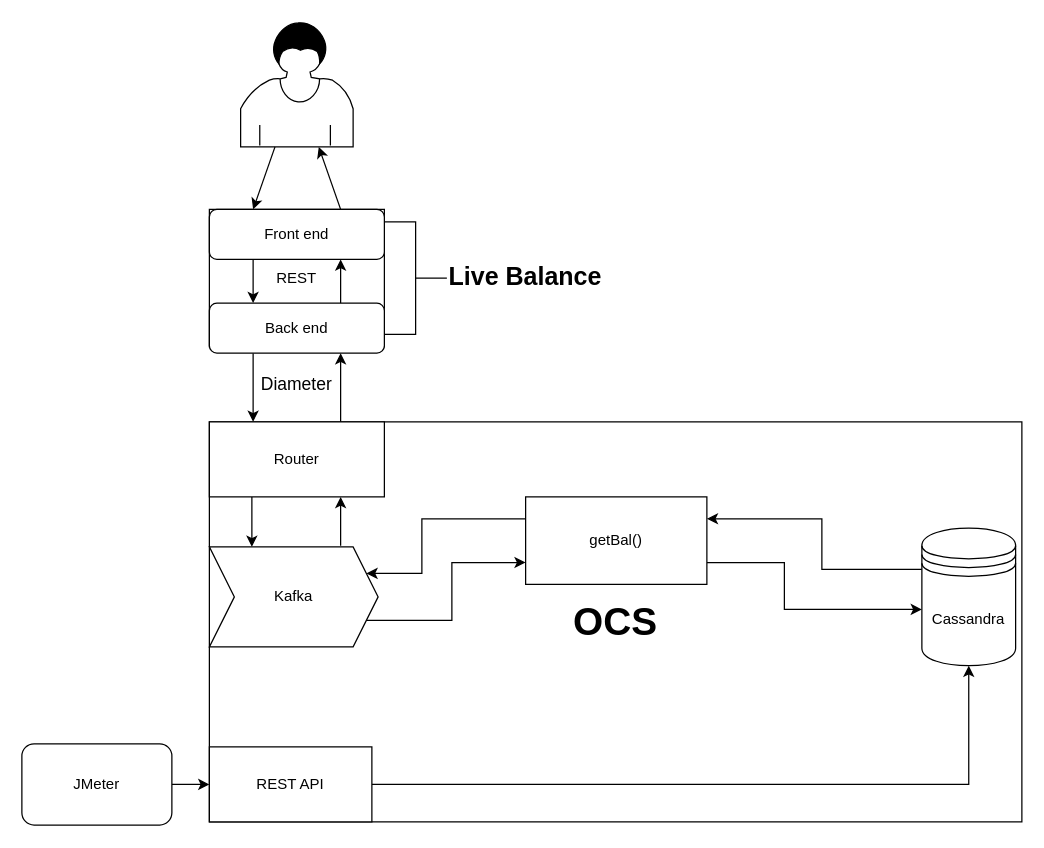
Earlier version of the draw.io diagram Diagram.drawio (nceduc/DiameterProject). Source tidied: cells renumbered, new cells numbered last; positions are measured from the earlier drawing's top-left corner, leaving out a move shared by most shapes. Both pictures are drawn from the tidied source at 125%, with x=0, y=0 at pixel (21, 21).
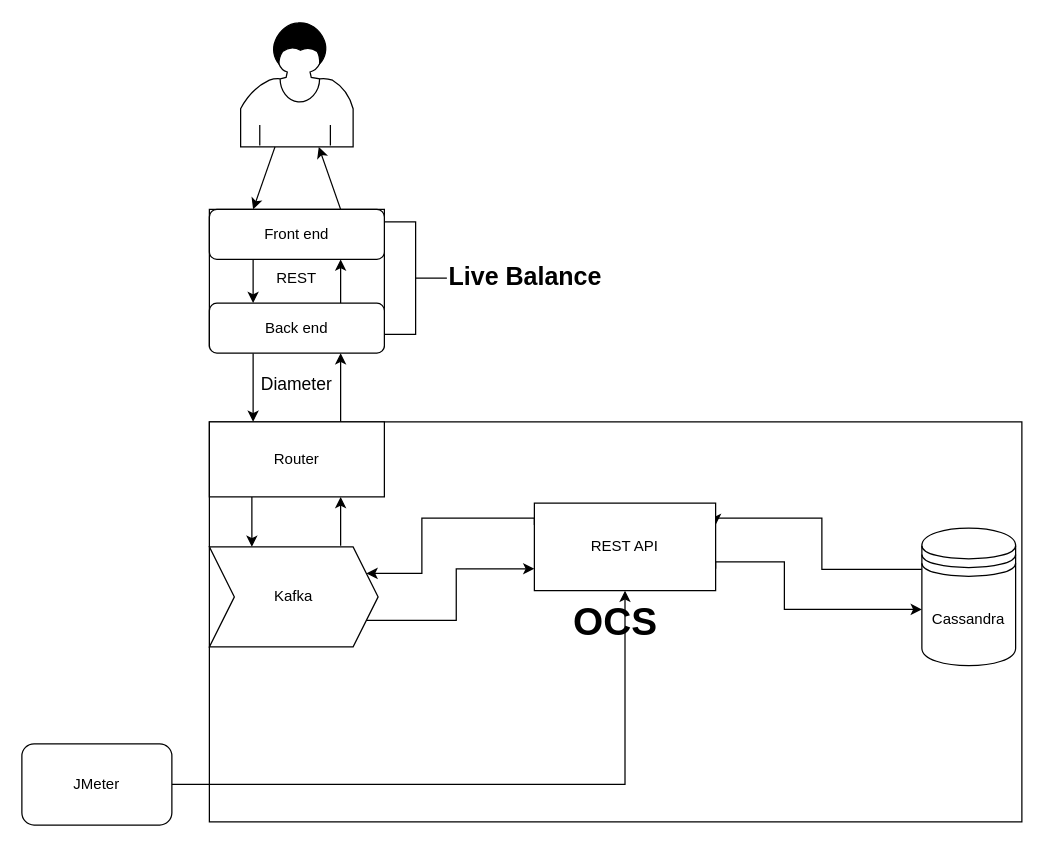
The same page after the edit.

Unchanged cells that the change refers to:
```xml
<mxCell id="12" value="JMeter" style="shape=ext;rounded=1;html=1;whiteSpace=wrap;" parent="1" vertex="1">
  <mxGeometry y="577.5" width="120" height="65" as="geometry" />
</mxCell>
<mxCell id="14" value="Cassandra" style="shape=datastore;whiteSpace=wrap;html=1;" parent="1" vertex="1">
  <mxGeometry x="720" y="405" width="75" height="110" as="geometry" />
</mxCell>
```

Change to the diagram source:
```diff
@@
-    <mxCell id="11" style="edgeStyle=orthogonalEdgeStyle;rounded=0;jettySize=auto;html=1;exitX=1;exitY=0.5;exitDx=0;exitDy=0;entryX=0;entryY=0.5;entryDx=0;entryDy=0;" parent="1" edge="1" source="12" target="19">
+    <mxCell id="11" style="edgeStyle=orthogonalEdgeStyle;rounded=0;jettySize=auto;html=1;exitX=1;exitY=0.5;exitDx=0;exitDy=0;entryX=0.5;entryY=1;entryDx=0;entryDy=0;" parent="1" edge="1" source="12" target="25">
       <mxGeometry relative="1" as="geometry" />
     </mxCell>
@@
-    <mxCell id="18" style="edgeStyle=orthogonalEdgeStyle;rounded=0;jettySize=auto;html=1;exitX=1;exitY=0.5;exitDx=0;exitDy=0;entryX=0.5;entryY=1;entryDx=0;entryDy=0;" parent="1" edge="1" source="19" target="14">
-      <mxGeometry relative="1" as="geometry" />
-    </mxCell>
-    <mxCell id="19" value="REST API&lt;br&gt;" style="rounded=0;whiteSpace=wrap;html=1;" parent="1" vertex="1">
-      <mxGeometry x="150" y="580" width="130" height="60" as="geometry" />
-    </mxCell>
@@
-    <mxCell id="25" value="getBal()" style="rounded=0;whiteSpace=wrap;html=1;" parent="1" vertex="1">
-      <mxGeometry x="403" y="380" width="145" height="70" as="geometry" />
+    <mxCell id="25" value="REST API" style="rounded=0;whiteSpace=wrap;html=1;" parent="1" vertex="1">
+      <mxGeometry x="410" y="385" width="145" height="70" as="geometry" />
     </mxCell>
```
